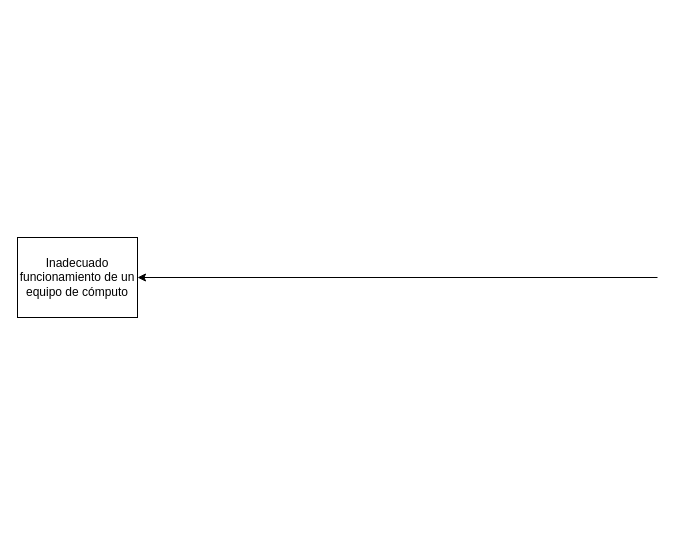
Earlier version of the draw.io diagram college_files/state_of_art/pictures/diagrama.drawio (Lincunia/VME-manager). Source tidied: cells renumbered, new cells numbered last; positions are measured from the earlier drawing's top-left corner, leaving out a move shared by most shapes. Both pictures are drawn from the tidied source at 100%, with x=0, y=0 at pixel (17, 237).
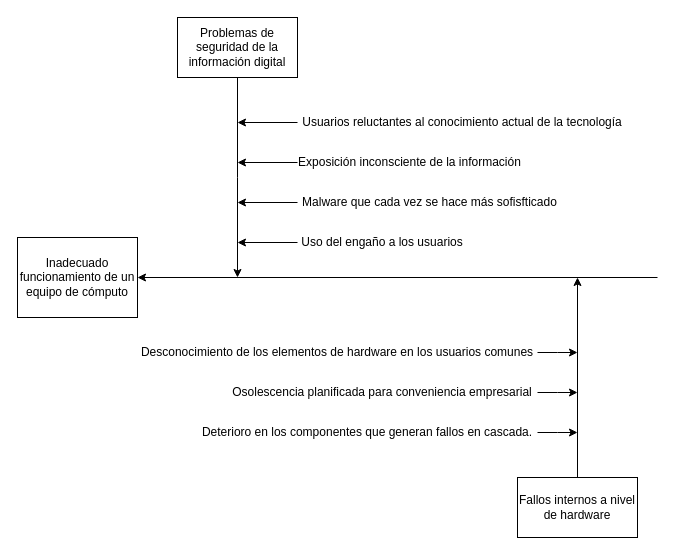
Above is the later version.

Commit message (it also covers changes not shown here):
finished diagram

The change refers to these unchanged cells:
```xml
<mxCell id="2" value="Inadecuado funcionamiento de un equipo de cómputo" style="rounded=0;whiteSpace=wrap;html=1;" parent="1" vertex="1">
  <mxGeometry width="120" height="80" as="geometry" />
</mxCell>
```

The edit, as a diff of the source:
```diff
@@
-    <mxCell id="3" style="endArrow=classic;html=1;rounded=0;" parent="1" edge="1" target="2">
-      <mxGeometry relative="1" as="geometry">
-        <mxPoint x="640" y="40" as="sourcePoint" />
-      </mxGeometry>
-    </mxCell>
+    <mxCell id="4" style="endArrow=classic;html=1;rounded=0;" parent="1" edge="1" target="2">
+      <mxGeometry relative="1" as="geometry">
+        <mxPoint x="640" y="40" as="sourcePoint" />
+      </mxGeometry>
+    </mxCell>
+    <mxCell id="5" style="edgeStyle=orthogonalEdgeStyle;rounded=0;jettySize=auto;html=1;" parent="1" edge="1" source="6">
+      <mxGeometry relative="1" as="geometry">
+        <mxPoint x="560" y="40" as="targetPoint" />
+      </mxGeometry>
+    </mxCell>
+    <mxCell id="6" value="Fallos internos a nivel de hardware" style="rounded=0;whiteSpace=wrap;html=1;" parent="1" vertex="1">
+      <mxGeometry x="500" y="240" width="120" height="60" as="geometry" />
+    </mxCell>
+    <mxCell id="7" style="edgeStyle=orthogonalEdgeStyle;rounded=0;jettySize=auto;html=1;" parent="1" edge="1" source="8">
+      <mxGeometry relative="1" as="geometry">
+        <mxPoint x="220" y="40" as="targetPoint" />
+      </mxGeometry>
+    </mxCell>
+    <mxCell id="8" value="Problemas de seguridad de la información digital" style="rounded=0;whiteSpace=wrap;html=1;" parent="1" vertex="1">
+      <mxGeometry x="160" y="-220" width="120" height="60" as="geometry" />
+    </mxCell>
+    <mxCell id="9" style="edgeStyle=orthogonalEdgeStyle;rounded=0;jettySize=auto;html=1;" parent="1" edge="1" source="10">
+      <mxGeometry relative="1" as="geometry">
+        <mxPoint x="220" y="-75" as="targetPoint" />
+      </mxGeometry>
+    </mxCell>
+    <mxCell id="10" value="Exposición inconsciente de la información" style="text;html=1;align=center;verticalAlign=middle;whiteSpace=wrap;rounded=0;" parent="1" vertex="1">
+      <mxGeometry x="280" y="-90" width="225" height="30" as="geometry" />
+    </mxCell>
+    <mxCell id="11" style="edgeStyle=orthogonalEdgeStyle;rounded=0;jettySize=auto;html=1;" parent="1" edge="1" source="12">
+      <mxGeometry relative="1" as="geometry">
+        <mxPoint x="220" y="-35" as="targetPoint" />
+      </mxGeometry>
+    </mxCell>
+    <mxCell id="12" value="Malware que cada vez se hace más sofisfticado" style="text;html=1;align=center;verticalAlign=middle;whiteSpace=wrap;rounded=0;" parent="1" vertex="1">
+      <mxGeometry x="280" y="-50" width="265" height="30" as="geometry" />
+    </mxCell>
+    <mxCell id="13" style="edgeStyle=orthogonalEdgeStyle;rounded=0;jettySize=auto;html=1;" parent="1" edge="1" source="14">
+      <mxGeometry relative="1" as="geometry">
+        <mxPoint x="220" y="5" as="targetPoint" />
+      </mxGeometry>
+    </mxCell>
+    <mxCell id="14" value="Uso del engaño a los usuarios" style="text;html=1;align=center;verticalAlign=middle;whiteSpace=wrap;rounded=0;" parent="1" vertex="1">
+      <mxGeometry x="280" y="-10" width="170" height="30" as="geometry" />
+    </mxCell>
+    <mxCell id="15" style="edgeStyle=orthogonalEdgeStyle;rounded=0;jettySize=auto;html=1;" parent="1" edge="1" source="16">
+      <mxGeometry relative="1" as="geometry">
+        <mxPoint x="220" y="-115" as="targetPoint" />
+      </mxGeometry>
+    </mxCell>
+    <mxCell id="16" value="Usuarios reluctantes al conocimiento actual de la tecnología" style="text;html=1;align=center;verticalAlign=middle;whiteSpace=wrap;rounded=0;" parent="1" vertex="1">
+      <mxGeometry x="280" y="-130" width="330" height="30" as="geometry" />
+    </mxCell>
+    <mxCell id="17" style="edgeStyle=orthogonalEdgeStyle;rounded=0;jettySize=auto;html=1;" parent="1" edge="1" source="18">
+      <mxGeometry relative="1" as="geometry">
+        <mxPoint x="560" y="115" as="targetPoint" />
+      </mxGeometry>
+    </mxCell>
+    <mxCell id="18" value="Desconocimiento de los elementos de hardware en los usuarios comunes" style="text;html=1;align=center;verticalAlign=middle;whiteSpace=wrap;rounded=0;" parent="1" vertex="1">
+      <mxGeometry x="120" y="100" width="400" height="30" as="geometry" />
+    </mxCell>
+    <mxCell id="19" style="edgeStyle=orthogonalEdgeStyle;rounded=0;jettySize=auto;html=1;" parent="1" edge="1" source="20">
+      <mxGeometry relative="1" as="geometry">
+        <mxPoint x="560" y="155" as="targetPoint" />
+      </mxGeometry>
+    </mxCell>
+    <mxCell id="20" value="Osolescencia planificada para conveniencia empresarial" style="text;html=1;align=center;verticalAlign=middle;whiteSpace=wrap;rounded=0;" parent="1" vertex="1">
+      <mxGeometry x="210" y="140" width="310" height="30" as="geometry" />
+    </mxCell>
+    <mxCell id="21" style="edgeStyle=orthogonalEdgeStyle;rounded=0;jettySize=auto;html=1;" parent="1" edge="1" source="22">
+      <mxGeometry relative="1" as="geometry">
+        <mxPoint x="560" y="195" as="targetPoint" />
+      </mxGeometry>
+    </mxCell>
+    <mxCell id="22" value="Deterioro en los componentes que generan fallos en cascada." style="text;html=1;align=center;verticalAlign=middle;whiteSpace=wrap;rounded=0;" parent="1" vertex="1">
+      <mxGeometry x="180" y="180" width="340" height="30" as="geometry" />
+    </mxCell>
```
